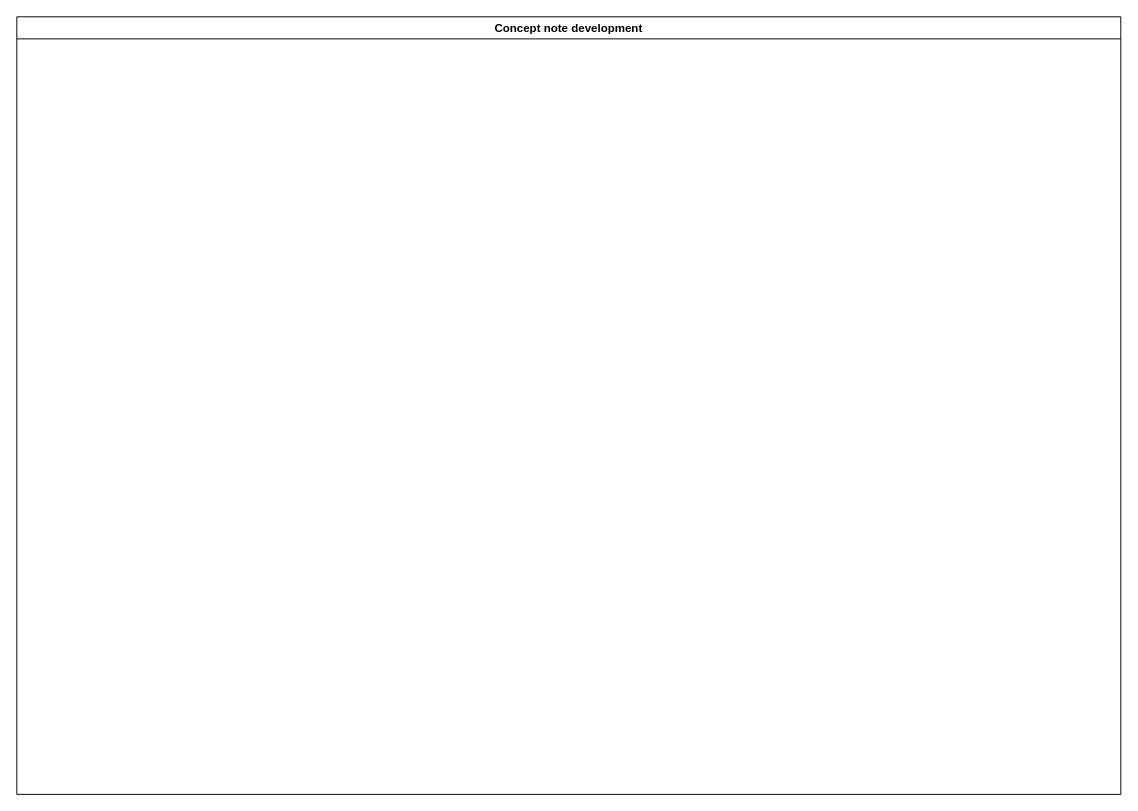
kmagua/flowcharts keeps this draw.io diagram as KEFRI-R&D-Concept note development.drawio. Above is the earlier version. Source tidied: cells renumbered, new cells numbered last; positions are measured from the earlier drawing's top-left corner, leaving out a move shared by most shapes. Both pictures are drawn from the tidied source at 96%, with x=0, y=0 at pixel (16, 16).
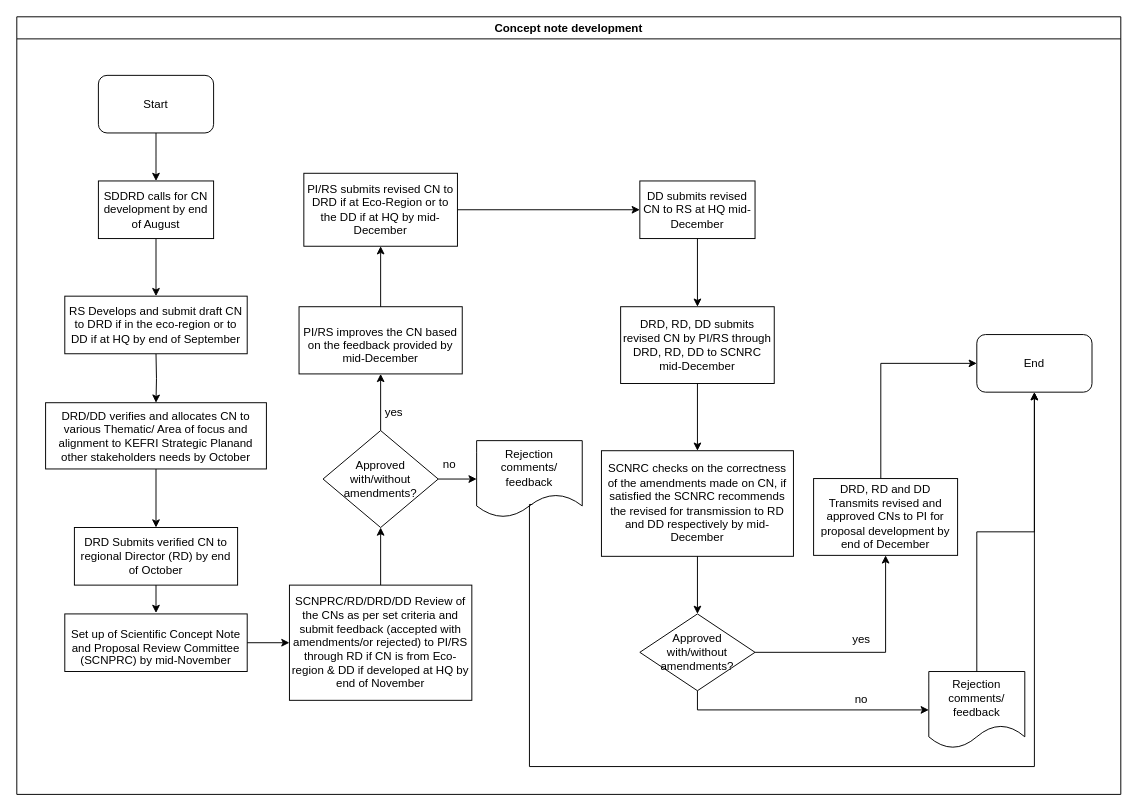
Above is the later version.

Unchanged cells that the change refers to:
```xml
<mxCell id="2" value="Concept note development" style="swimlane;startSize=23;" parent="1" vertex="1">
  <mxGeometry width="1150" height="810" as="geometry" />
</mxCell>
```

Change to the diagram source:
```diff
@@
+    <mxCell id="3" value="Start" style="rounded=1;whiteSpace=wrap;html=1;" parent="2" vertex="1">
+      <mxGeometry x="85" y="61" width="120" height="60" as="geometry" />
+    </mxCell>
+    <mxCell id="4" style="edgeStyle=orthogonalEdgeStyle;rounded=0;jettySize=auto;html=1;" parent="2" edge="1" source="3">
+      <mxGeometry relative="1" as="geometry">
+        <mxPoint x="145" y="171" as="targetPoint" />
+      </mxGeometry>
+    </mxCell>
+    <mxCell id="5" style="edgeStyle=orthogonalEdgeStyle;rounded=0;orthogonalLoop=1;jettySize=auto;html=1;" parent="2" edge="1">
+      <mxGeometry relative="1" as="geometry">
+        <mxPoint x="145" y="231" as="sourcePoint" />
+        <mxPoint x="145" y="291" as="targetPoint" />
+      </mxGeometry>
+    </mxCell>
+    <mxCell id="6" style="edgeStyle=orthogonalEdgeStyle;rounded=0;jettySize=auto;html=1;entryX=0.5;entryY=0;entryDx=0;entryDy=0;" parent="2" edge="1" target="11">
+      <mxGeometry relative="1" as="geometry">
+        <mxPoint x="145" y="351" as="sourcePoint" />
+      </mxGeometry>
+    </mxCell>
+    <mxCell id="7" style="edgeStyle=orthogonalEdgeStyle;rounded=0;jettySize=auto;html=1;exitX=0.5;exitY=1;exitDx=0;exitDy=0;entryX=0.5;entryY=0;entryDx=0;entryDy=0;" parent="2" edge="1" source="11" target="12">
+      <mxGeometry relative="1" as="geometry" />
+    </mxCell>
+    <mxCell id="8" style="edgeStyle=orthogonalEdgeStyle;rounded=0;orthogonalLoop=1;jettySize=auto;html=1;" parent="2" edge="1">
+      <mxGeometry relative="1" as="geometry">
+        <mxPoint x="145" y="571" as="sourcePoint" />
+        <mxPoint x="145" y="621" as="targetPoint" />
+      </mxGeometry>
+    </mxCell>
+    <mxCell id="9" value="SDDRD calls for CN development by end of August" style="rounded=0;whiteSpace=wrap;html=1;" parent="2" vertex="1">
+      <mxGeometry x="85" y="171" width="120" height="60" as="geometry" />
+    </mxCell>
+    <mxCell id="10" value="RS Develops and submit draft CN to DRD if in the eco-region or to DD if at HQ by end of September " style="rounded=0;whiteSpace=wrap;html=1;" parent="2" vertex="1">
+      <mxGeometry x="50" y="291" width="190" height="60" as="geometry" />
+    </mxCell>
+    <mxCell id="11" value="DRD/DD verifies and allocates CN to various Thematic/ Area of focus and &lt;br/&gt;alignment to KEFRI Strategic Planand other stakeholders needs by October" style="rounded=0;whiteSpace=wrap;html=1;" parent="2" vertex="1">
+      <mxGeometry x="30" y="402" width="230" height="69" as="geometry" />
+    </mxCell>
+    <mxCell id="12" value="DRD Submits verified CN to regional Director (RD) by end of October" style="rounded=0;whiteSpace=wrap;html=1;" parent="2" vertex="1">
+      <mxGeometry x="60" y="532" width="170" height="60" as="geometry" />
+    </mxCell>
+    <mxCell id="13" value="&lt;p style=&quot;margin-bottom: 0in ; line-height: 115%&quot;&gt;Set up of Scientific Concept Note and Proposal Review Committee&lt;br&gt;(SCNPRC) by mid-November  &lt;br&gt;&lt;/p&gt;" style="rounded=0;whiteSpace=wrap;html=1;" parent="2" vertex="1">
+      <mxGeometry x="50" y="622" width="190" height="60" as="geometry" />
+    </mxCell>
+    <mxCell id="14" value="&lt;p style=&quot;margin-bottom: 0in ; line-height: 115%&quot;&gt;PI/RS improves the CN based on the feedback provided by mid-December&lt;/p&gt;" style="whiteSpace=wrap;html=1;rounded=0;" parent="2" vertex="1">
+      <mxGeometry x="294" y="302" width="170" height="70" as="geometry" />
+    </mxCell>
+    <mxCell id="15" value="&lt;div&gt;Approved&lt;/div&gt;&lt;div&gt; with/without amendments?&lt;/div&gt;" style="rhombus;whiteSpace=wrap;html=1;rounded=0;" parent="2" vertex="1">
+      <mxGeometry x="319" y="431" width="120" height="101" as="geometry" />
+    </mxCell>
+    <mxCell id="16" style="edgeStyle=orthogonalEdgeStyle;rounded=0;jettySize=auto;html=1;entryX=0.5;entryY=1;entryDx=0;entryDy=0;" parent="2" edge="1" source="15" target="14">
+      <mxGeometry relative="1" as="geometry" />
+    </mxCell>
+    <mxCell id="17" value="yes" style="text;html=1;strokeColor=none;fillColor=none;align=center;verticalAlign=middle;whiteSpace=wrap;rounded=0;" parent="2" vertex="1">
+      <mxGeometry x="373" y="402" width="40" height="20" as="geometry" />
+    </mxCell>
+    <mxCell id="18" value="no" style="text;html=1;strokeColor=none;fillColor=none;align=center;verticalAlign=middle;whiteSpace=wrap;rounded=0;" parent="2" vertex="1">
+      <mxGeometry x="431" y="457" width="40" height="20" as="geometry" />
+    </mxCell>
+    <mxCell id="19" value="PI/RS submits revised CN to DRD if at Eco-Region or to the DD if at HQ by mid-December" style="whiteSpace=wrap;html=1;rounded=0;" parent="2" vertex="1">
+      <mxGeometry x="299" y="163" width="160" height="76" as="geometry" />
+    </mxCell>
+    <mxCell id="20" style="edgeStyle=orthogonalEdgeStyle;rounded=0;jettySize=auto;html=1;" parent="2" edge="1" source="14" target="19">
+      <mxGeometry relative="1" as="geometry" />
+    </mxCell>
+    <mxCell id="21" value="DD submits revised CN to RS at HQ mid-December" style="whiteSpace=wrap;html=1;rounded=0;" parent="2" vertex="1">
+      <mxGeometry x="649" y="171" width="120" height="60" as="geometry" />
+    </mxCell>
+    <mxCell id="22" style="edgeStyle=orthogonalEdgeStyle;rounded=0;jettySize=auto;html=1;" parent="2" edge="1" source="19" target="21">
+      <mxGeometry relative="1" as="geometry" />
+    </mxCell>
+    <mxCell id="23" value="DRD, RD, DD submits revised CN by PI/RS through DRD, RD, DD to SCNRC mid-December" style="whiteSpace=wrap;html=1;rounded=0;" parent="2" vertex="1">
+      <mxGeometry x="629" y="302" width="160" height="80" as="geometry" />
+    </mxCell>
+    <mxCell id="24" style="edgeStyle=orthogonalEdgeStyle;rounded=0;jettySize=auto;html=1;" parent="2" edge="1" source="21" target="23">
+      <mxGeometry relative="1" as="geometry" />
+    </mxCell>
+    <mxCell id="25" value="SCNRC checks on the correctness of the amendments made on CN, if satisfied the SCNRC recommends the revised for transmission to RD and DD respectively by mid-December" style="whiteSpace=wrap;html=1;rounded=0;" parent="2" vertex="1">
+      <mxGeometry x="609" y="452" width="200" height="110" as="geometry" />
+    </mxCell>
+    <mxCell id="26" style="edgeStyle=orthogonalEdgeStyle;rounded=0;jettySize=auto;html=1;" parent="2" edge="1" source="23" target="25">
+      <mxGeometry relative="1" as="geometry" />
+    </mxCell>
+    <mxCell id="27" value="&lt;div&gt;Approved&lt;/div&gt;&lt;div&gt; with/without amendments?&lt;/div&gt;" style="rhombus;whiteSpace=wrap;html=1;rounded=0;" parent="2" vertex="1">
+      <mxGeometry x="649" y="622" width="120" height="80" as="geometry" />
+    </mxCell>
+    <mxCell id="28" style="edgeStyle=orthogonalEdgeStyle;rounded=0;jettySize=auto;html=1;" parent="2" edge="1" source="25" target="27">
+      <mxGeometry relative="1" as="geometry" />
+    </mxCell>
+    <mxCell id="29" value="Rejection comments/ feedback" style="shape=document;whiteSpace=wrap;html=1;boundedLbl=1;rounded=0;" parent="2" vertex="1">
+      <mxGeometry x="479" y="441.5" width="110" height="80" as="geometry" />
+    </mxCell>
+    <mxCell id="30" style="edgeStyle=orthogonalEdgeStyle;rounded=0;jettySize=auto;html=1;" parent="2" edge="1" source="15" target="29">
+      <mxGeometry relative="1" as="geometry" />
+    </mxCell>
+    <mxCell id="31" value="Rejection comments/ feedback" style="shape=document;whiteSpace=wrap;html=1;boundedLbl=1;rounded=0;" parent="2" vertex="1">
+      <mxGeometry x="950" y="682" width="100" height="80" as="geometry" />
+    </mxCell>
+    <mxCell id="32" style="edgeStyle=orthogonalEdgeStyle;rounded=0;jettySize=auto;html=1;exitX=0.5;exitY=1;exitDx=0;exitDy=0;entryX=0;entryY=0.5;entryDx=0;entryDy=0;" parent="2" edge="1" source="27" target="31">
+      <mxGeometry relative="1" as="geometry">
+        <Array as="points">
+          <mxPoint x="709" y="722" />
+        </Array>
+      </mxGeometry>
+    </mxCell>
+    <mxCell id="33" value="End" style="rounded=1;whiteSpace=wrap;html=1;" parent="2" vertex="1">
+      <mxGeometry x="1000" y="331" width="120" height="60" as="geometry" />
+    </mxCell>
+    <mxCell id="34" style="edgeStyle=orthogonalEdgeStyle;rounded=0;jettySize=auto;html=1;entryX=0.5;entryY=1;entryDx=0;entryDy=0;exitX=0.527;exitY=0.831;exitDx=0;exitDy=0;exitPerimeter=0;" parent="2" edge="1" source="29" target="33">
+      <mxGeometry relative="1" as="geometry">
+        <Array as="points">
+          <mxPoint x="534" y="508" />
+          <mxPoint x="534" y="781" />
+          <mxPoint x="1060" y="781" />
+        </Array>
+      </mxGeometry>
+    </mxCell>
+    <mxCell id="35" style="edgeStyle=orthogonalEdgeStyle;rounded=0;jettySize=auto;html=1;entryX=0.5;entryY=1;entryDx=0;entryDy=0;" parent="2" edge="1" source="31" target="33">
+      <mxGeometry relative="1" as="geometry" />
+    </mxCell>
+    <mxCell id="36" style="edgeStyle=orthogonalEdgeStyle;rounded=0;jettySize=auto;html=1;" parent="1" edge="1" source="37" target="15">
+      <mxGeometry relative="1" as="geometry" />
+    </mxCell>
+    <mxCell id="37" value="SCNPRC/RD/DRD/DD Review of the CNs as per set criteria and submit feedback (accepted with amendments/or rejected) to PI/RS through RD if CN is from Eco-region &amp;amp; DD if developed at HQ by end of November" style="whiteSpace=wrap;html=1;rounded=0;" parent="1" vertex="1">
+      <mxGeometry x="284" y="592" width="190" height="120" as="geometry" />
+    </mxCell>
+    <mxCell id="38" style="edgeStyle=orthogonalEdgeStyle;rounded=0;jettySize=auto;html=1;" parent="1" edge="1" source="13" target="37">
+      <mxGeometry relative="1" as="geometry" />
+    </mxCell>
+    <mxCell id="39" style="edgeStyle=orthogonalEdgeStyle;rounded=0;jettySize=auto;html=1;" parent="1" edge="1" source="27" target="41">
+      <mxGeometry relative="1" as="geometry" />
+    </mxCell>
+    <mxCell id="40" style="edgeStyle=orthogonalEdgeStyle;rounded=0;jettySize=auto;html=1;entryX=0;entryY=0.5;entryDx=0;entryDy=0;" parent="1" edge="1" source="41" target="33">
+      <mxGeometry relative="1" as="geometry">
+        <Array as="points">
+          <mxPoint x="900" y="361" />
+        </Array>
+      </mxGeometry>
+    </mxCell>
+    <mxCell id="41" value="DRD, RD and DD Transmits revised and approved CNs to PI for proposal development by end of December" style="rounded=0;whiteSpace=wrap;html=1;" parent="1" vertex="1">
+      <mxGeometry x="830" y="481" width="150" height="80" as="geometry" />
+    </mxCell>
+    <mxCell id="42" value="no" style="text;html=1;strokeColor=none;fillColor=none;align=center;verticalAlign=middle;whiteSpace=wrap;rounded=0;" parent="1" vertex="1">
+      <mxGeometry x="860" y="701" width="40" height="20" as="geometry" />
+    </mxCell>
+    <mxCell id="43" value="yes" style="text;html=1;strokeColor=none;fillColor=none;align=center;verticalAlign=middle;whiteSpace=wrap;rounded=0;" parent="1" vertex="1">
+      <mxGeometry x="860" y="639" width="40" height="20" as="geometry" />
+    </mxCell>
```
